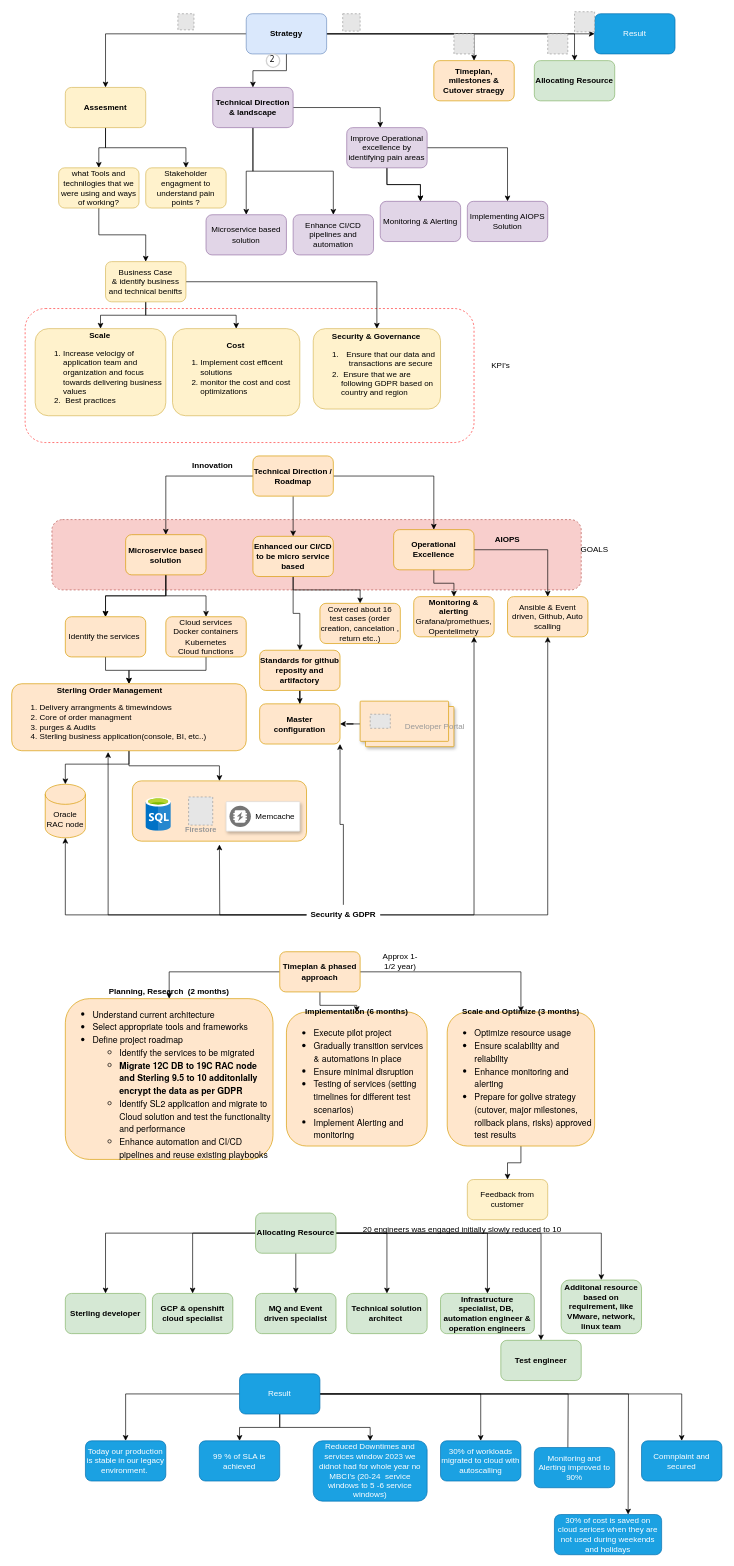
Above: Untitled Diagram.drawio in chkamal2006/FlowChart (draw.io), before the change. Source tidied: cells renumbered, new cells numbered last; positions are measured from the earlier drawing's top-left corner, leaving out a move shared by most shapes. Both pictures are drawn from the tidied source at 67%, with x=0, y=0 at pixel (11, 11). Pictures stored in the file or linked from it are replaced by grey dashed boxes.
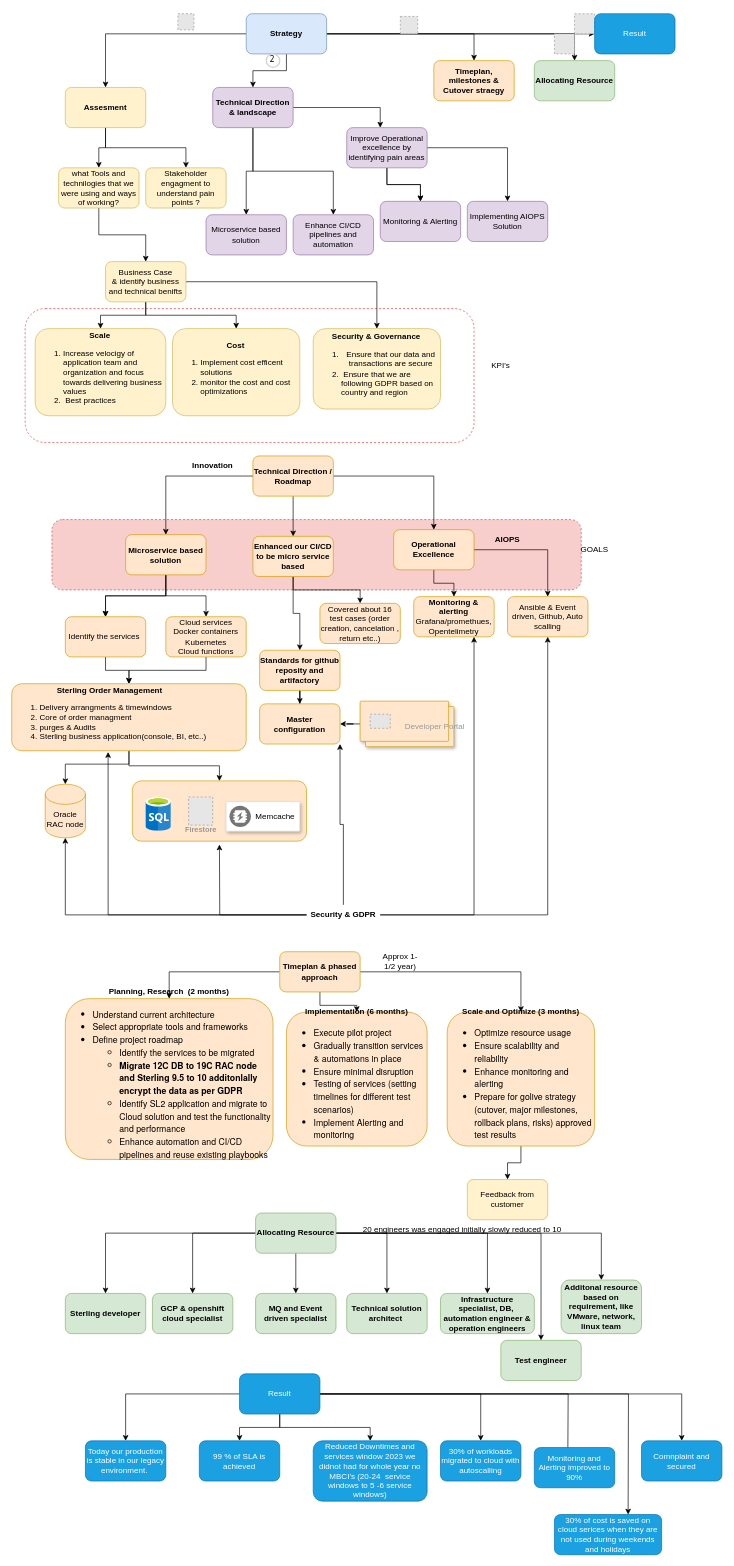
The same page after the edit.

Change to the diagram source:
```diff
@@
     <mxCell id="83" style="fillColor=#E6E6E6;strokeColor=#999999;dashed=1;html=1;verticalAlign=top;verticalLabelPosition=bottom;labelBackgroundColor=#ffffff;" parent="1" vertex="1">
-      <mxGeometry x="494" y="3" width="26" height="26" as="geometry" />
+      <mxGeometry x="580" y="7" width="26" height="26" as="geometry" />
     </mxCell>
@@
     <mxCell id="112" style="fillColor=#E6E6E6;strokeColor=#999999;dashed=1;html=1;verticalAlign=top;verticalLabelPosition=bottom;labelBackgroundColor=#ffffff;" parent="1" vertex="1">
-      <mxGeometry x="660" y="33" width="30" height="30" as="geometry" />
+      <mxGeometry x="810" y="33" width="30" height="30" as="geometry" />
     </mxCell>
     <mxCell id="113" style="fillColor=#E6E6E6;strokeColor=#999999;dashed=1;html=1;verticalAlign=top;verticalLabelPosition=bottom;labelBackgroundColor=#ffffff;" parent="1" vertex="1">
-      <mxGeometry x="800" y="33" width="30" height="30" as="geometry" />
+      <mxGeometry x="840" y="3" width="30" height="30" as="geometry" />
     </mxCell>
@@
-    <mxCell id="129" style="fillColor=#E6E6E6;strokeColor=#999999;dashed=1;html=1;verticalAlign=top;verticalLabelPosition=bottom;labelBackgroundColor=#ffffff;" parent="1" vertex="1">
-      <mxGeometry x="840" width="30" height="30" as="geometry" />
-    </mxCell>
```
